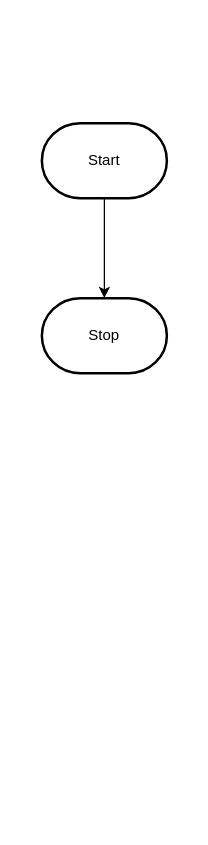
Before: design/flowchart.drawio in MTHS-ICD2O-1-2023/ICD2O-Unit-3-02-George-Khalil-29, a draw.io diagram. Source tidied: cells renumbered, new cells numbered last; positions are measured from the earlier drawing's top-left corner, leaving out a move shared by most shapes. Both pictures are drawn from the tidied source at 125%, with x=0, y=0 at pixel (41, 122).
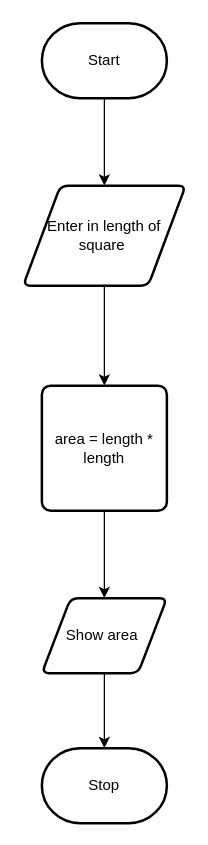
The same page after the edit.

What changed in the source:
```diff
@@
 <mxGraphModel>
   <root>
     <mxCell id="0" />
     <mxCell id="1" parent="0" />
-    <mxCell id="2" style="edgeStyle=orthogonalEdgeStyle;html=1;rounded=0;" parent="1" edge="1" source="3" target="4">
-      <mxGeometry relative="1" as="geometry" />
-    </mxCell>
+    <mxCell id="5" style="edgeStyle=none;html=1;" parent="1" edge="1" source="3" target="2">
+      <mxGeometry relative="1" as="geometry" />
+    </mxCell>
     <mxCell id="3" value="Start" style="strokeWidth=2;html=1;shape=mxgraph.flowchart.terminator;whiteSpace=wrap;" parent="1" vertex="1">
-      <mxGeometry width="100" height="60" as="geometry" />
+      <mxGeometry y="-80" width="100" height="60" as="geometry" />
     </mxCell>
     <mxCell id="4" value="Stop" style="strokeWidth=2;html=1;shape=mxgraph.flowchart.terminator;whiteSpace=wrap;" parent="1" vertex="1">
-      <mxGeometry y="140" width="100" height="60" as="geometry" />
+      <mxGeometry y="500" width="100" height="60" as="geometry" />
     </mxCell>
+    <mxCell id="6" style="edgeStyle=none;html=1;" parent="1" edge="1" source="2" target="8">
+      <mxGeometry relative="1" as="geometry" />
+    </mxCell>
+    <mxCell id="2" value="Enter in length of square&amp;nbsp;" style="shape=parallelogram;html=1;strokeWidth=2;perimeter=parallelogramPerimeter;whiteSpace=wrap;rounded=1;arcSize=12;size=0.23;" parent="1" vertex="1">
+      <mxGeometry x="-15" y="50" width="130" height="80" as="geometry" />
+    </mxCell>
+    <mxCell id="7" style="edgeStyle=none;html=1;" parent="1" edge="1" source="8" target="10">
+      <mxGeometry relative="1" as="geometry" />
+    </mxCell>
+    <mxCell id="8" value="area = length * length" style="rounded=1;whiteSpace=wrap;html=1;absoluteArcSize=1;arcSize=14;strokeWidth=2;" parent="1" vertex="1">
+      <mxGeometry y="210" width="100" height="100" as="geometry" />
+    </mxCell>
+    <mxCell id="9" style="edgeStyle=none;html=1;" parent="1" edge="1" source="10" target="4">
+      <mxGeometry relative="1" as="geometry" />
+    </mxCell>
+    <mxCell id="10" value="Show area&amp;nbsp;" style="shape=parallelogram;html=1;strokeWidth=2;perimeter=parallelogramPerimeter;whiteSpace=wrap;rounded=1;arcSize=12;size=0.23;" parent="1" vertex="1">
+      <mxGeometry y="380" width="100" height="60" as="geometry" />
+    </mxCell>
   </root>
 </mxGraphModel>
```
